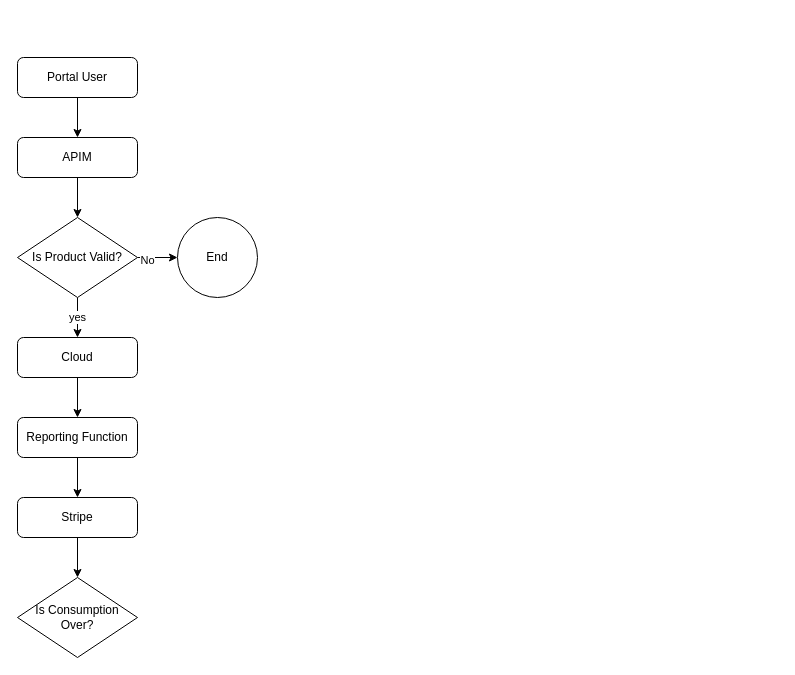
This is portal-pricing-change.drawio from fredyeah/diagrams, a draw.io file, before an edit. Source tidied: cells renumbered, new cells numbered last; positions are measured from the earlier drawing's top-left corner, leaving out a move shared by most shapes. Both pictures are drawn from the tidied source at 100%, with x=0, y=0 at pixel (17, 57).
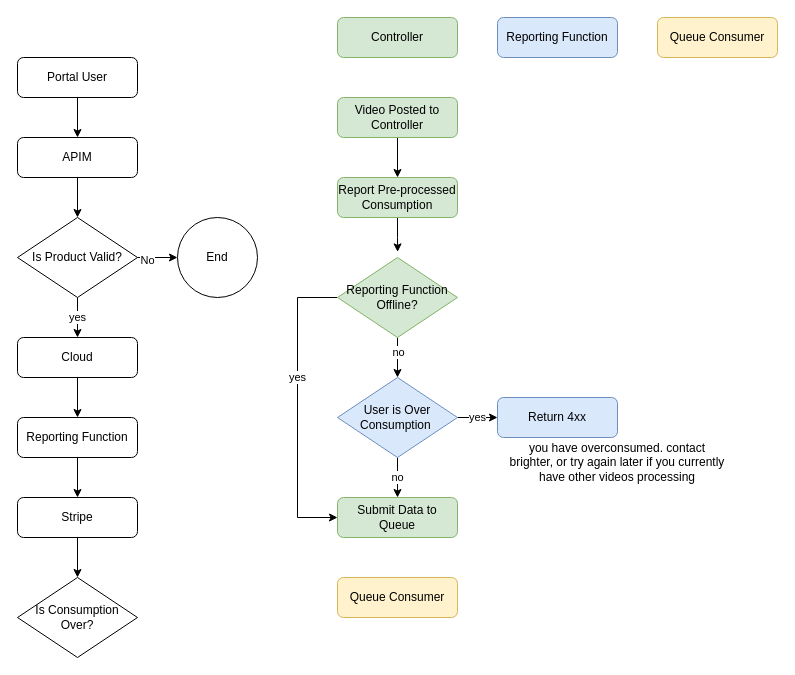
Above is the later version.

Change to the diagram source:
```diff
@@
+    <mxCell id="18" style="edgeStyle=orthogonalEdgeStyle;rounded=0;jettySize=auto;html=1;entryX=0.5;entryY=0;entryDx=0;entryDy=0;" parent="1" edge="1" source="19" target="21">
+      <mxGeometry relative="1" as="geometry" />
+    </mxCell>
+    <mxCell id="19" value="Video Posted to Controller" style="rounded=1;whiteSpace=wrap;html=1;fillColor=#d5e8d4;strokeColor=#82b366;" parent="1" vertex="1">
+      <mxGeometry x="320" y="40" width="120" height="40" as="geometry" />
+    </mxCell>
+    <mxCell id="20" style="edgeStyle=orthogonalEdgeStyle;rounded=0;jettySize=auto;html=1;entryX=0.501;entryY=-0.07;entryDx=0;entryDy=0;entryPerimeter=0;" parent="1" edge="1" source="21" target="32">
+      <mxGeometry relative="1" as="geometry" />
+    </mxCell>
+    <mxCell id="21" value="Report Pre-processed Consumption" style="rounded=1;whiteSpace=wrap;html=1;fillColor=#d5e8d4;strokeColor=#82b366;" parent="1" vertex="1">
+      <mxGeometry x="320" y="120" width="120" height="40" as="geometry" />
+    </mxCell>
+    <mxCell id="22" value="yes" style="edgeStyle=orthogonalEdgeStyle;rounded=0;jettySize=auto;html=1;entryX=0;entryY=0.5;entryDx=0;entryDy=0;" parent="1" edge="1" source="24" target="27">
+      <mxGeometry relative="1" as="geometry" />
+    </mxCell>
+    <mxCell id="23" value="no" style="edgeStyle=orthogonalEdgeStyle;rounded=0;jettySize=auto;html=1;" parent="1" edge="1" source="24" target="33">
+      <mxGeometry relative="1" as="geometry" />
+    </mxCell>
+    <mxCell id="24" value="User is Over Consumption&amp;nbsp;" style="rhombus;whiteSpace=wrap;html=1;fillColor=#dae8fc;strokeColor=#6c8ebf;" parent="1" vertex="1">
+      <mxGeometry x="320" y="320" width="120" height="80" as="geometry" />
+    </mxCell>
+    <mxCell id="25" value="Controller" style="rounded=1;whiteSpace=wrap;html=1;fillColor=#d5e8d4;strokeColor=#82b366;" parent="1" vertex="1">
+      <mxGeometry x="320" y="-40" width="120" height="40" as="geometry" />
+    </mxCell>
+    <mxCell id="26" value="Reporting Function" style="rounded=1;whiteSpace=wrap;html=1;fillColor=#dae8fc;strokeColor=#6c8ebf;" parent="1" vertex="1">
+      <mxGeometry x="480" y="-40" width="120" height="40" as="geometry" />
+    </mxCell>
+    <mxCell id="27" value="Return 4xx" style="rounded=1;whiteSpace=wrap;html=1;fillColor=#dae8fc;strokeColor=#6c8ebf;" parent="1" vertex="1">
+      <mxGeometry x="480" y="340" width="120" height="40" as="geometry" />
+    </mxCell>
+    <mxCell id="28" style="edgeStyle=orthogonalEdgeStyle;rounded=0;jettySize=auto;html=1;entryX=0.5;entryY=0;entryDx=0;entryDy=0;" parent="1" edge="1" source="32" target="24">
+      <mxGeometry relative="1" as="geometry" />
+    </mxCell>
+    <mxCell id="29" value="no" style="edgeLabel;html=1;align=center;verticalAlign=middle;" parent="28" vertex="1">
+      <mxGeometry x="-0.28" relative="1" as="geometry" />
+    </mxCell>
+    <mxCell id="30" style="edgeStyle=orthogonalEdgeStyle;rounded=0;jettySize=auto;html=1;entryX=0;entryY=0.5;entryDx=0;entryDy=0;" parent="1" edge="1" source="32" target="33">
+      <mxGeometry relative="1" as="geometry">
+        <Array as="points">
+          <mxPoint x="280" y="240" />
+          <mxPoint x="280" y="460" />
+        </Array>
+      </mxGeometry>
+    </mxCell>
+    <mxCell id="31" value="yes" style="edgeLabel;html=1;align=center;verticalAlign=middle;" parent="30" vertex="1">
+      <mxGeometry x="-0.21" y="-1" relative="1" as="geometry" />
+    </mxCell>
+    <mxCell id="32" value="Reporting Function Offline?" style="rhombus;whiteSpace=wrap;html=1;fillColor=#d5e8d4;strokeColor=#82b366;" parent="1" vertex="1">
+      <mxGeometry x="320" y="200" width="120" height="80" as="geometry" />
+    </mxCell>
+    <mxCell id="33" value="Submit Data to Queue" style="rounded=1;whiteSpace=wrap;html=1;fillColor=#d5e8d4;strokeColor=#82b366;" parent="1" vertex="1">
+      <mxGeometry x="320" y="440" width="120" height="40" as="geometry" />
+    </mxCell>
+    <mxCell id="34" value="you have overconsumed. contact brighter, or try again later if you currently have other videos processing" style="text;html=1;strokeColor=none;fillColor=none;align=center;verticalAlign=middle;whiteSpace=wrap;rounded=0;" parent="1" vertex="1">
+      <mxGeometry x="490" y="390" width="220" height="30" as="geometry" />
+    </mxCell>
+    <mxCell id="35" value="Queue Consumer" style="rounded=1;whiteSpace=wrap;html=1;fillColor=#fff2cc;strokeColor=#d6b656;" parent="1" vertex="1">
+      <mxGeometry x="640" y="-40" width="120" height="40" as="geometry" />
+    </mxCell>
+    <mxCell id="36" value="Queue Consumer" style="rounded=1;whiteSpace=wrap;html=1;fillColor=#fff2cc;strokeColor=#d6b656;" parent="1" vertex="1">
+      <mxGeometry x="320" y="520" width="120" height="40" as="geometry" />
+    </mxCell>
```
